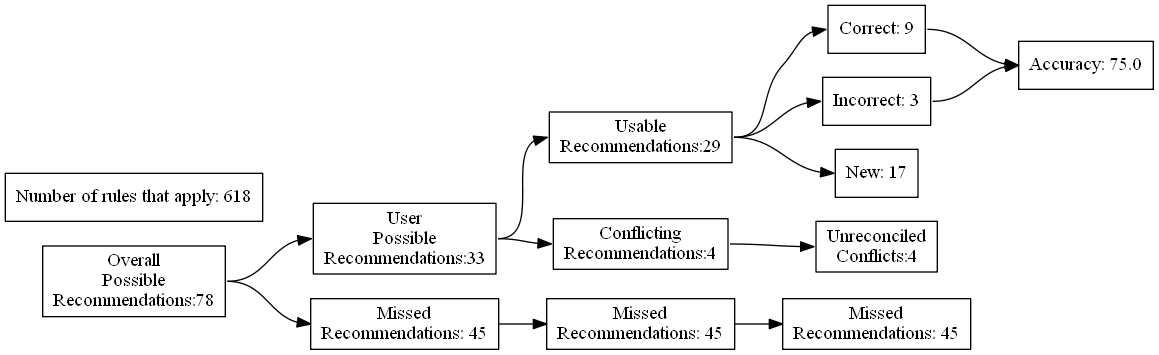
The Graphviz diagram test_renders/32.gv.png in ZaxR/ibd_diet_analysis, before a commit. Its source is kept beside it as test_renders/32.gv.
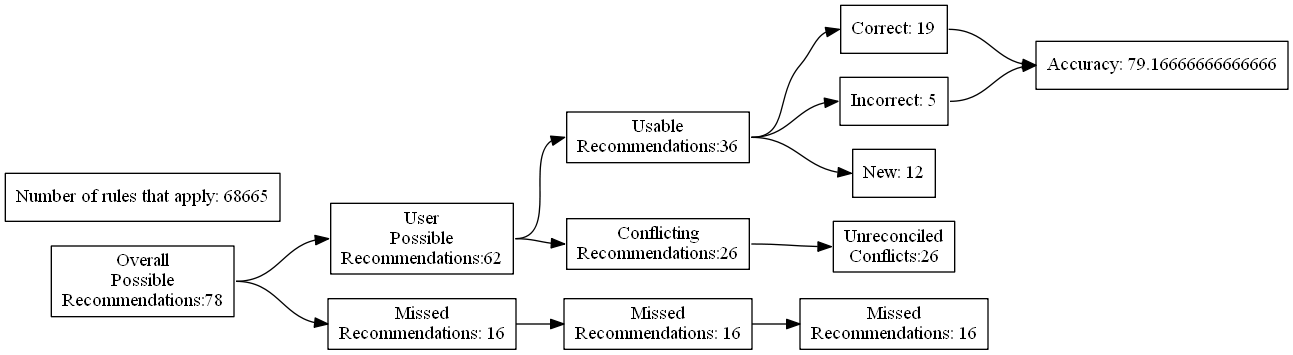
The same diagram one commit later.

Change to the diagram source:
```diff
@@ -7,24 +7,24 @@
 Recommendations:78"]
 		B [label="User
 Possible
-Recommendations:33"]
+Recommendations:62"]
 		C [label="Missed
-Recommendations: 45"]
+Recommendations: 16"]
 		D [label="Usable
-Recommendations:29"]
+Recommendations:36"]
 		E [label="Conflicting
-Recommendations:4"]
+Recommendations:26"]
 		J [label="Missed
-Recommendations: 45"]
+Recommendations: 16"]
 		M [label="Unreconciled
-Conflicts:4"]
-		F [label="Correct: 9"]
-		G [label="Incorrect: 3"]
-		H [label="New: 17"]
+Conflicts:26"]
+		F [label="Correct: 19"]
+		G [label="Incorrect: 5"]
+		H [label="New: 12"]
 		K [label="Missed
-Recommendations: 45"]
-		I [label="Accuracy: 75.0"]
-		l [label="Number of rules that apply: 618"]
+Recommendations: 16"]
+		I [label="Accuracy: 79.16666666666666"]
+		l [label="Number of rules that apply: 68665"]
 			A -> B
 			A -> C
 			B -> D
```
